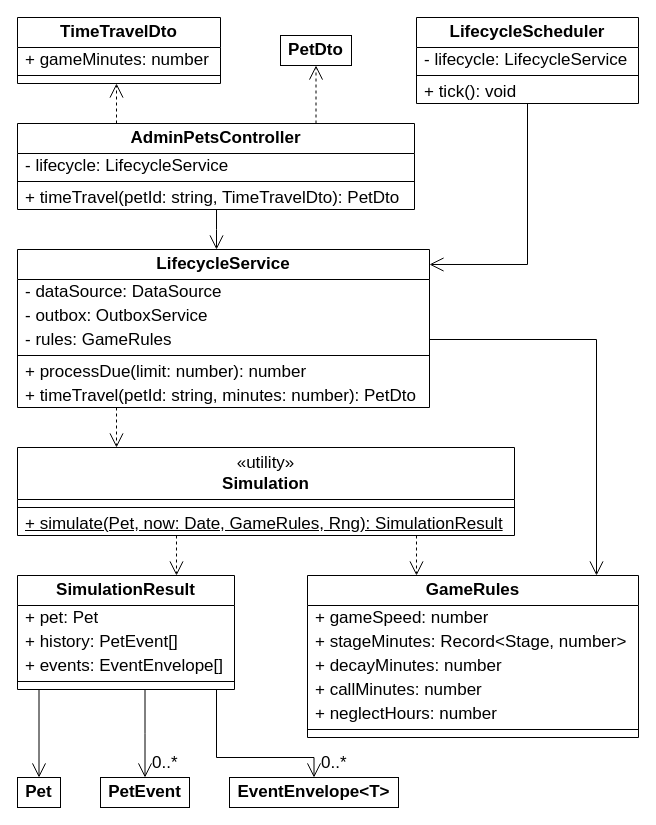
Shaherezada/tamagotchi keeps this draw.io diagram as page "Классы: pets-service – жизненный цикл" (9 of 21) of docs/diagrams/Классы подробно.drawio. Above is the earlier version. Source tidied: cells renumbered, new cells numbered last; positions are measured from the earlier drawing's top-left corner, leaving out a move shared by most shapes. Both pictures are drawn from the tidied source at 100%, with x=0, y=0 at pixel (17, 17).
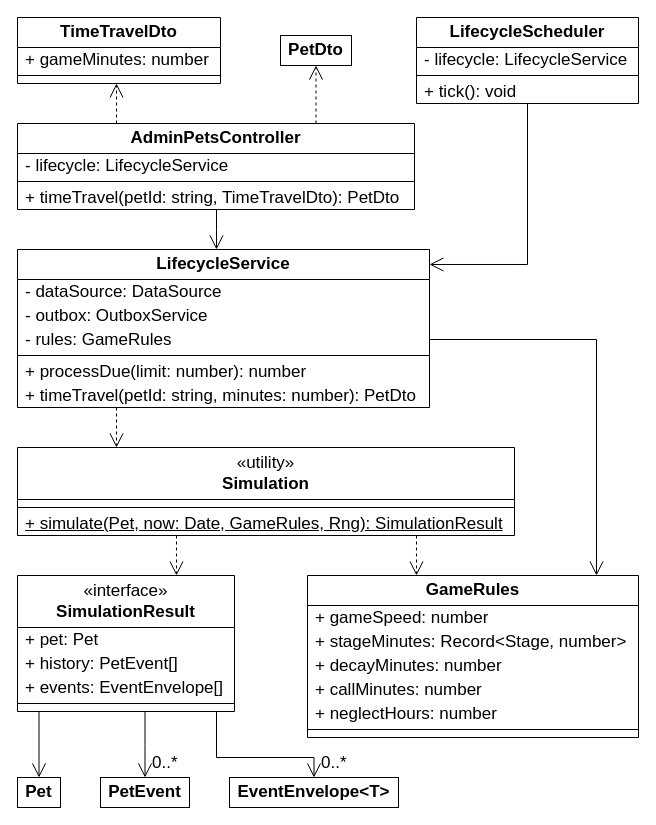
The same page after the edit.

What changed in the source:
```diff
@@
-    <mxCell id="31" value="SimulationResult" style="swimlane;fontStyle=1;align=center;verticalAlign=middle;horizontal=1;startSize=30;whiteSpace=wrap;html=1;fillColor=#FFFFFF;swimlaneFillColor=#FFFFFF;strokeColor=#000000;fontColor=#000000;fontFamily=Arial;fontSize=17;" parent="1" vertex="1">
-      <mxGeometry y="558" width="217" height="114" as="geometry" />
+    <mxCell id="31" value="&amp;laquo;interface&amp;raquo;&lt;br&gt;&lt;b&gt;SimulationResult&lt;/b&gt;" style="swimlane;fontStyle=0;align=center;verticalAlign=middle;horizontal=1;startSize=52;whiteSpace=wrap;html=1;fillColor=#FFFFFF;swimlaneFillColor=#FFFFFF;strokeColor=#000000;fontColor=#000000;fontFamily=Arial;fontSize=17;" parent="1" vertex="1">
+      <mxGeometry y="558" width="217" height="136" as="geometry" />
     </mxCell>
     <mxCell id="32" value="+ pet: Pet" style="text;strokeColor=none;fillColor=none;align=left;verticalAlign=middle;spacingLeft=6;spacingRight=4;overflow=hidden;whiteSpace=wrap;html=1;fontColor=#000000;fontFamily=Arial;fontSize=17;" parent="31" vertex="1">
-      <mxGeometry y="30" width="217" height="24" as="geometry" />
+      <mxGeometry y="52" width="217" height="24" as="geometry" />
     </mxCell>
     <mxCell id="33" value="+ history: PetEvent[]" style="text;strokeColor=none;fillColor=none;align=left;verticalAlign=middle;spacingLeft=6;spacingRight=4;overflow=hidden;whiteSpace=wrap;html=1;fontColor=#000000;fontFamily=Arial;fontSize=17;" parent="31" vertex="1">
-      <mxGeometry y="54" width="217" height="24" as="geometry" />
+      <mxGeometry y="76" width="217" height="24" as="geometry" />
     </mxCell>
     <mxCell id="34" value="+ events: EventEnvelope[]" style="text;strokeColor=none;fillColor=none;align=left;verticalAlign=middle;spacingLeft=6;spacingRight=4;overflow=hidden;whiteSpace=wrap;html=1;fontColor=#000000;fontFamily=Arial;fontSize=17;" parent="31" vertex="1">
-      <mxGeometry y="78" width="217" height="24" as="geometry" />
+      <mxGeometry y="100" width="217" height="24" as="geometry" />
     </mxCell>
     <mxCell id="35" style="line;strokeWidth=1;fillColor=none;align=left;verticalAlign=middle;spacingTop=-1;spacingLeft=3;spacingRight=3;labelPosition=right;strokeColor=#000000;" parent="31" vertex="1">
-      <mxGeometry y="102" width="217" height="8" as="geometry" />
+      <mxGeometry y="124" width="217" height="8" as="geometry" />
     </mxCell>
     <mxCell id="36" style="text;strokeColor=none;fillColor=none;align=left;verticalAlign=middle;spacingLeft=6;spacingRight=4;overflow=hidden;whiteSpace=wrap;html=1;fontColor=#000000;fontFamily=Arial;fontSize=17;" parent="31" vertex="1">
-      <mxGeometry y="110" width="217" height="4" as="geometry" />
+      <mxGeometry y="132" width="217" height="4" as="geometry" />
     </mxCell>
```
